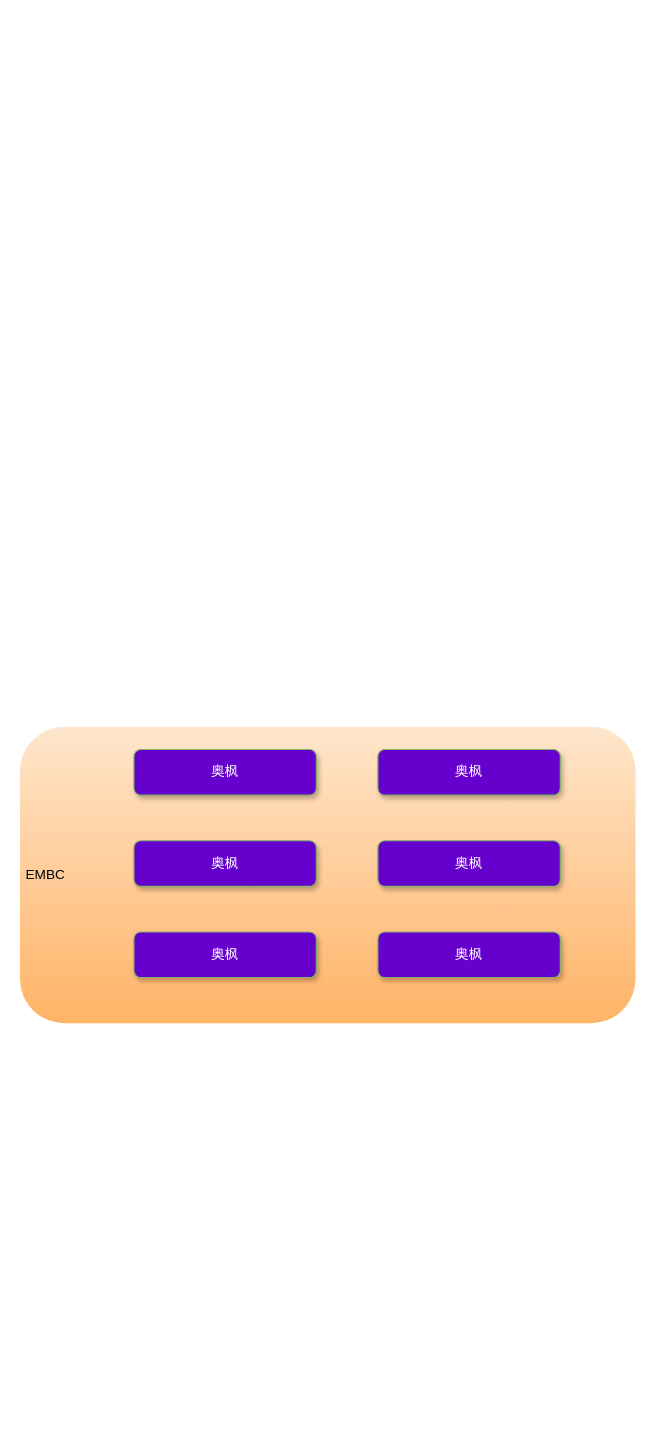
Earlier version of the draw.io diagram EMBC全流程.drawio (jossezs/draw.io). Source tidied: cells renumbered, new cells numbered last; positions are measured from the earlier drawing's top-left corner, leaving out a move shared by most shapes. Both pictures are drawn from the tidied source at 114%, with x=0, y=0 at pixel (19, 726). Pictures stored in the file or linked from it are replaced by grey dashed boxes.
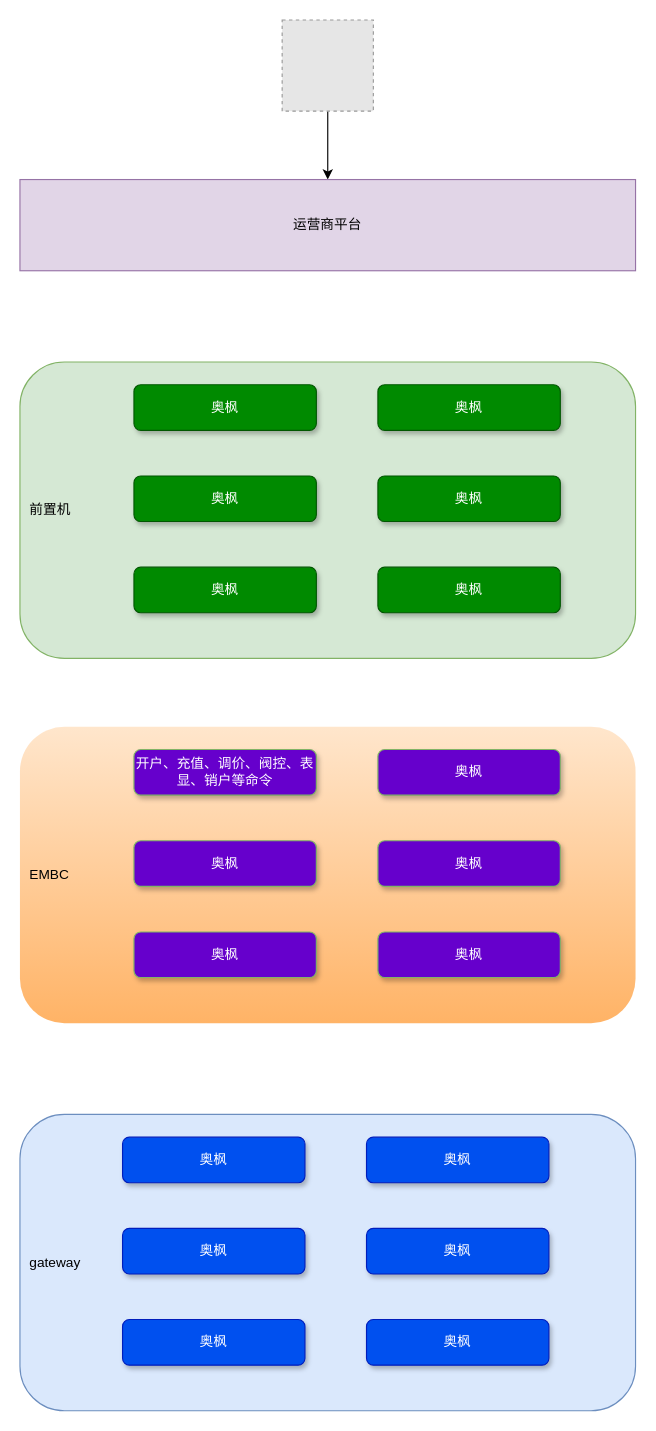
The same diagram, later.

Commit message:
更新EMBC全流程.drawio

Diff of the diagram source:
```diff
@@
-    <mxCell id="2" value="&lt;div style=&quot;&quot;&gt;&lt;span style=&quot;background-color: initial;&quot;&gt;&lt;span style=&quot;white-space: pre;&quot;&gt; &lt;/span&gt;EMBC&lt;/span&gt;&lt;/div&gt;" style="rounded=1;whiteSpace=wrap;html=1;fillColor=#ffe6cc;strokeColor=none;fillStyle=auto;gradientColor=#FFB366;glass=0;align=left;" parent="1" vertex="1">
+    <mxCell id="2" value="&lt;div style=&quot;&quot;&gt;&lt;span style=&quot;background-color: initial;&quot;&gt;&lt;span style=&quot;white-space: pre;&quot;&gt; &lt;span style=&quot;white-space: pre;&quot;&gt; &lt;/span&gt;&lt;/span&gt;EMBC&lt;/span&gt;&lt;/div&gt;" style="rounded=1;whiteSpace=wrap;html=1;fillColor=#ffe6cc;strokeColor=none;fillStyle=auto;gradientColor=#FFB366;glass=0;align=left;" parent="1" vertex="1">
       <mxGeometry width="540" height="260" as="geometry" />
     </mxCell>
-    <mxCell id="3" value="&lt;font style=&quot;&quot; color=&quot;#ffffff&quot;&gt;奥枫&lt;/font&gt;" style="rounded=1;whiteSpace=wrap;html=1;shadow=1;glass=0;fillStyle=auto;fontFamily=Helvetica;fontSize=12;fillColor=#6600CC;strokeColor=#82b366;gradientColor=none;labelBackgroundColor=none;" parent="1" vertex="1">
+    <mxCell id="3" value="&lt;font color=&quot;#ffffff&quot;&gt;开户、充值、调价、阀控、表显、销户等命令&lt;/font&gt;" style="rounded=1;whiteSpace=wrap;html=1;shadow=1;glass=0;fillStyle=auto;fontFamily=Helvetica;fontSize=12;fillColor=#6600CC;strokeColor=#82b366;gradientColor=none;labelBackgroundColor=none;" parent="1" vertex="1">
       <mxGeometry x="100" y="20" width="160" height="40" as="geometry" />
     </mxCell>
@@
+    <mxCell id="9" value="&lt;div style=&quot;&quot;&gt;&lt;span style=&quot;&quot;&gt;&lt;span style=&quot;white-space: pre;&quot;&gt; &lt;span style=&quot;white-space: pre;&quot;&gt; &lt;/span&gt;前置机&lt;/span&gt;&lt;/span&gt;&lt;/div&gt;" style="rounded=1;whiteSpace=wrap;html=1;fillColor=#d5e8d4;strokeColor=#82b366;fillStyle=auto;glass=0;align=left;shadow=0;labelBackgroundColor=none;labelBorderColor=none;" parent="1" vertex="1">
+      <mxGeometry y="-320" width="540" height="260" as="geometry" />
+    </mxCell>
+    <mxCell id="10" value="&lt;font style=&quot;&quot; color=&quot;#ffffff&quot;&gt;奥枫&lt;/font&gt;" style="rounded=1;whiteSpace=wrap;html=1;shadow=1;glass=0;fillStyle=auto;fontFamily=Helvetica;fontSize=12;fillColor=#008a00;strokeColor=#005700;labelBackgroundColor=none;fontColor=#ffffff;" parent="1" vertex="1">
+      <mxGeometry x="100" y="-300" width="160" height="40" as="geometry" />
+    </mxCell>
+    <mxCell id="11" value="&lt;font style=&quot;&quot; color=&quot;#ffffff&quot;&gt;奥枫&lt;/font&gt;" style="rounded=1;whiteSpace=wrap;html=1;shadow=1;glass=0;fillStyle=auto;fontFamily=Helvetica;fontSize=12;fillColor=#008a00;strokeColor=#005700;labelBackgroundColor=none;fontColor=#ffffff;" parent="1" vertex="1">
+      <mxGeometry x="314" y="-300" width="160" height="40" as="geometry" />
+    </mxCell>
+    <mxCell id="12" value="&lt;font style=&quot;&quot; color=&quot;#ffffff&quot;&gt;奥枫&lt;/font&gt;" style="rounded=1;whiteSpace=wrap;html=1;shadow=1;glass=0;fillStyle=auto;fontFamily=Helvetica;fontSize=12;fillColor=#008a00;strokeColor=#005700;labelBackgroundColor=none;fontColor=#ffffff;" parent="1" vertex="1">
+      <mxGeometry x="100" y="-220" width="160" height="40" as="geometry" />
+    </mxCell>
+    <mxCell id="13" value="&lt;font style=&quot;&quot; color=&quot;#ffffff&quot;&gt;奥枫&lt;/font&gt;" style="rounded=1;whiteSpace=wrap;html=1;shadow=1;glass=0;fillStyle=auto;fontFamily=Helvetica;fontSize=12;fillColor=#008a00;strokeColor=#005700;labelBackgroundColor=none;fontColor=#ffffff;" parent="1" vertex="1">
+      <mxGeometry x="314" y="-220" width="160" height="40" as="geometry" />
+    </mxCell>
+    <mxCell id="14" value="&lt;font style=&quot;&quot; color=&quot;#ffffff&quot;&gt;奥枫&lt;/font&gt;" style="rounded=1;whiteSpace=wrap;html=1;shadow=1;glass=0;fillStyle=auto;fontFamily=Helvetica;fontSize=12;fillColor=#008a00;strokeColor=#005700;labelBackgroundColor=none;fontColor=#ffffff;" parent="1" vertex="1">
+      <mxGeometry x="100" y="-140" width="160" height="40" as="geometry" />
+    </mxCell>
+    <mxCell id="15" value="&lt;font style=&quot;&quot; color=&quot;#ffffff&quot;&gt;奥枫&lt;/font&gt;" style="rounded=1;whiteSpace=wrap;html=1;shadow=1;glass=0;fillStyle=auto;fontFamily=Helvetica;fontSize=12;fillColor=#008a00;strokeColor=#005700;labelBackgroundColor=none;fontColor=#ffffff;" parent="1" vertex="1">
+      <mxGeometry x="314" y="-140" width="160" height="40" as="geometry" />
+    </mxCell>
+    <mxCell id="16" value="&lt;div style=&quot;&quot;&gt;&lt;span style=&quot;background-color: initial;&quot;&gt;&lt;span style=&quot;white-space: pre;&quot;&gt; &lt;span style=&quot;white-space: pre;&quot;&gt; &lt;/span&gt;gateway&lt;/span&gt;&lt;/span&gt;&lt;/div&gt;" style="rounded=1;whiteSpace=wrap;html=1;fillColor=#dae8fc;strokeColor=#6c8ebf;fillStyle=auto;glass=0;align=left;" parent="1" vertex="1">
+      <mxGeometry y="340" width="540" height="260" as="geometry" />
+    </mxCell>
+    <mxCell id="17" value="&lt;font style=&quot;&quot; color=&quot;#ffffff&quot;&gt;奥枫&lt;/font&gt;" style="rounded=1;whiteSpace=wrap;html=1;shadow=1;glass=0;fillStyle=auto;fontFamily=Helvetica;fontSize=12;fillColor=#0050ef;strokeColor=#001DBC;labelBackgroundColor=none;fontColor=#ffffff;" parent="1" vertex="1">
+      <mxGeometry x="90" y="360" width="160" height="40" as="geometry" />
+    </mxCell>
+    <mxCell id="18" value="&lt;font style=&quot;&quot; color=&quot;#ffffff&quot;&gt;奥枫&lt;/font&gt;" style="rounded=1;whiteSpace=wrap;html=1;shadow=1;glass=0;fillStyle=auto;fontFamily=Helvetica;fontSize=12;fillColor=#0050ef;strokeColor=#001DBC;labelBackgroundColor=none;fontColor=#ffffff;" parent="1" vertex="1">
+      <mxGeometry x="304" y="360" width="160" height="40" as="geometry" />
+    </mxCell>
+    <mxCell id="19" value="&lt;font style=&quot;&quot; color=&quot;#ffffff&quot;&gt;奥枫&lt;/font&gt;" style="rounded=1;whiteSpace=wrap;html=1;shadow=1;glass=0;fillStyle=auto;fontFamily=Helvetica;fontSize=12;fillColor=#0050ef;strokeColor=#001DBC;labelBackgroundColor=none;fontColor=#ffffff;" parent="1" vertex="1">
+      <mxGeometry x="90" y="440" width="160" height="40" as="geometry" />
+    </mxCell>
+    <mxCell id="20" value="&lt;font style=&quot;&quot; color=&quot;#ffffff&quot;&gt;奥枫&lt;/font&gt;" style="rounded=1;whiteSpace=wrap;html=1;shadow=1;glass=0;fillStyle=auto;fontFamily=Helvetica;fontSize=12;fillColor=#0050ef;strokeColor=#001DBC;labelBackgroundColor=none;fontColor=#ffffff;" parent="1" vertex="1">
+      <mxGeometry x="304" y="440" width="160" height="40" as="geometry" />
+    </mxCell>
+    <mxCell id="21" value="&lt;font style=&quot;&quot; color=&quot;#ffffff&quot;&gt;奥枫&lt;/font&gt;" style="rounded=1;whiteSpace=wrap;html=1;shadow=1;glass=0;fillStyle=auto;fontFamily=Helvetica;fontSize=12;fillColor=#0050ef;strokeColor=#001DBC;labelBackgroundColor=none;fontColor=#ffffff;" parent="1" vertex="1">
+      <mxGeometry x="90" y="520" width="160" height="40" as="geometry" />
+    </mxCell>
+    <mxCell id="22" value="&lt;font style=&quot;&quot; color=&quot;#ffffff&quot;&gt;奥枫&lt;/font&gt;" style="rounded=1;whiteSpace=wrap;html=1;shadow=1;glass=0;fillStyle=auto;fontFamily=Helvetica;fontSize=12;fillColor=#0050ef;strokeColor=#001DBC;labelBackgroundColor=none;fontColor=#ffffff;" parent="1" vertex="1">
+      <mxGeometry x="304" y="520" width="160" height="40" as="geometry" />
+    </mxCell>
+    <mxCell id="23" style="edgeStyle=orthogonalEdgeStyle;rounded=0;jettySize=auto;html=1;exitX=0.5;exitY=1;exitDx=0;exitDy=0;entryX=0.5;entryY=0;entryDx=0;entryDy=0;" parent="1" edge="1" source="24" target="25">
+      <mxGeometry relative="1" as="geometry" />
+    </mxCell>
+    <mxCell id="24" style="fillColor=#E6E6E6;strokeColor=#999999;dashed=1;verticalLabelPosition=bottom;verticalAlign=top;" parent="1" vertex="1">
+      <mxGeometry x="230" y="-620" width="80" height="80" as="geometry" />
+    </mxCell>
+    <mxCell id="25" value="运营商平台" style="rounded=0;whiteSpace=wrap;html=1;fillColor=#e1d5e7;strokeColor=#9673a6;" parent="1" vertex="1">
+      <mxGeometry y="-480" width="540" height="80" as="geometry" />
+    </mxCell>
```
